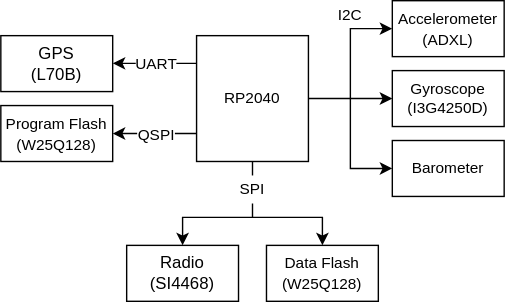
yorkaerospace/Phoenix-hw keeps this draw.io diagram as Phoenix Block Diagram.drawio.svg. Above is the earlier version. Source tidied: cells renumbered, new cells last; positions are measured from the earlier drawing's top-left corner, leaving out a move shared by most shapes.
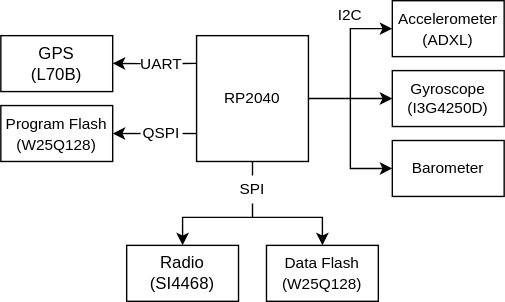
Above is the later version.

What changed in the source:
```diff
@@ -8,26 +8,17 @@
     <mxCell id="3" value="&lt;font style=&quot;font-size: 11px;&quot;&gt;Program Flash&lt;br&gt;(W25Q128)&lt;/font&gt;" style="rounded=0;whiteSpace=wrap;html=1;" parent="1" vertex="1">
       <mxGeometry y="75" width="80" height="40" as="geometry" />
     </mxCell>
-    <mxCell id="4" style="endArrow=classic;html=1;rounded=0;fontSize=11;" parent="1" edge="1" target="3">
-      <mxGeometry relative="1" as="geometry">
-        <mxPoint x="140" y="95" as="sourcePoint" />
-      </mxGeometry>
+    <mxCell id="4" style="endArrow=classic;html=1;rounded=0;fontSize=11;startArrow=none;" parent="1" edge="1" source="5" target="3">
+      <mxGeometry relative="1" as="geometry" />
     </mxCell>
-    <mxCell id="5" value="&lt;div&gt;QSPI&lt;/div&gt;" style="edgeLabel;html=1;align=center;verticalAlign=middle;fontSize=11;" parent="4" vertex="1">
-      <mxGeometry relative="1" as="geometry" />
-    </mxCell>
     <mxCell id="6" value="GPS&lt;br&gt;(L70B)" style="rounded=0;whiteSpace=wrap;html=1;" parent="1" vertex="1">
       <mxGeometry y="25" width="80" height="40" as="geometry" />
     </mxCell>
-    <mxCell id="7" style="endArrow=classic;html=1;rounded=0;fontSize=11;exitX=0;exitY=0.833;exitDx=0;exitDy=0;exitPerimeter=0;" parent="1" edge="1">
+    <mxCell id="7" style="endArrow=classic;html=1;rounded=0;fontSize=11;exitX=0;exitY=0.5;exitDx=0;exitDy=0;startArrow=none;" parent="1" edge="1" source="8">
       <mxGeometry relative="1" as="geometry">
-        <mxPoint x="140" y="44.8" as="sourcePoint" />
         <mxPoint x="80" y="44.8" as="targetPoint" />
       </mxGeometry>
     </mxCell>
-    <mxCell id="8" value="UART" style="edgeLabel;html=1;align=center;verticalAlign=middle;fontSize=11;" parent="7" vertex="1">
-      <mxGeometry relative="1" as="geometry" />
-    </mxCell>
     <mxCell id="9" value="&lt;font style=&quot;font-size: 11px;&quot;&gt;Data Flash&lt;br&gt;(W25Q128)&lt;/font&gt;" style="rounded=0;whiteSpace=wrap;html=1;" parent="1" vertex="1">
       <mxGeometry x="190" y="175" width="80" height="40" as="geometry" />
     </mxCell>
@@ -90,5 +81,21 @@
     <mxCell id="21" value="I2C" style="text;html=1;strokeColor=none;fillColor=none;align=center;verticalAlign=middle;whiteSpace=wrap;rounded=0;fontSize=11;" parent="1" vertex="1">
       <mxGeometry x="220" width="60" height="20" as="geometry" />
     </mxCell>
+    <mxCell id="5" value="QSPI" style="text;html=1;strokeColor=none;fillColor=none;align=center;verticalAlign=middle;whiteSpace=wrap;rounded=0;fontSize=11;" parent="1" vertex="1">
+      <mxGeometry x="100" y="85" width="30" height="20" as="geometry" />
+    </mxCell>
+    <mxCell id="22" style="endArrow=none;html=1;rounded=0;fontSize=11;" parent="1" edge="1" target="5">
+      <mxGeometry relative="1" as="geometry">
+        <mxPoint x="140" y="95" as="sourcePoint" />
+      </mxGeometry>
+    </mxCell>
+    <mxCell id="8" value="UART" style="text;html=1;strokeColor=none;fillColor=none;align=center;verticalAlign=middle;whiteSpace=wrap;rounded=0;fontSize=11;" parent="1" vertex="1">
+      <mxGeometry x="100" y="35" width="30" height="20" as="geometry" />
+    </mxCell>
+    <mxCell id="23" style="endArrow=none;html=1;rounded=0;fontSize=11;exitX=0;exitY=0.833;exitDx=0;exitDy=0;exitPerimeter=0;" parent="1" edge="1" target="8">
+      <mxGeometry relative="1" as="geometry">
+        <mxPoint x="140" y="44.8" as="sourcePoint" />
+      </mxGeometry>
+    </mxCell>
   </root>
 </mxGraphModel>
```
